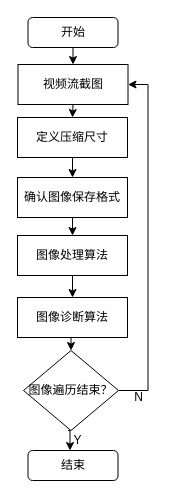
The draw.io diagram opencv.drawio in suzhaobin/tyc, before the edit. Source tidied: cells renumbered, new cells numbered last; positions are measured from the earlier drawing's top-left corner, leaving out a move shared by most shapes. Both pictures are drawn from the tidied source at 100%, with x=0, y=0 at pixel (17, 17).
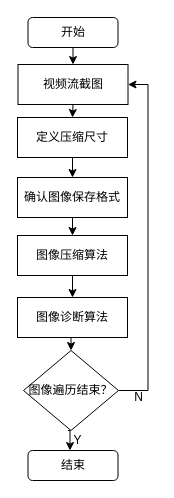
Above is the later version.

The edit, as a diff of the source:
```diff
@@
-    <mxCell id="17" value="图像处理算法" style="rounded=0;whiteSpace=wrap;html=1;" parent="1" vertex="1">
+    <mxCell id="17" value="图像压缩算法" style="rounded=0;whiteSpace=wrap;html=1;" parent="1" vertex="1">
       <mxGeometry y="218" width="110" height="40" as="geometry" />
     </mxCell>
```
